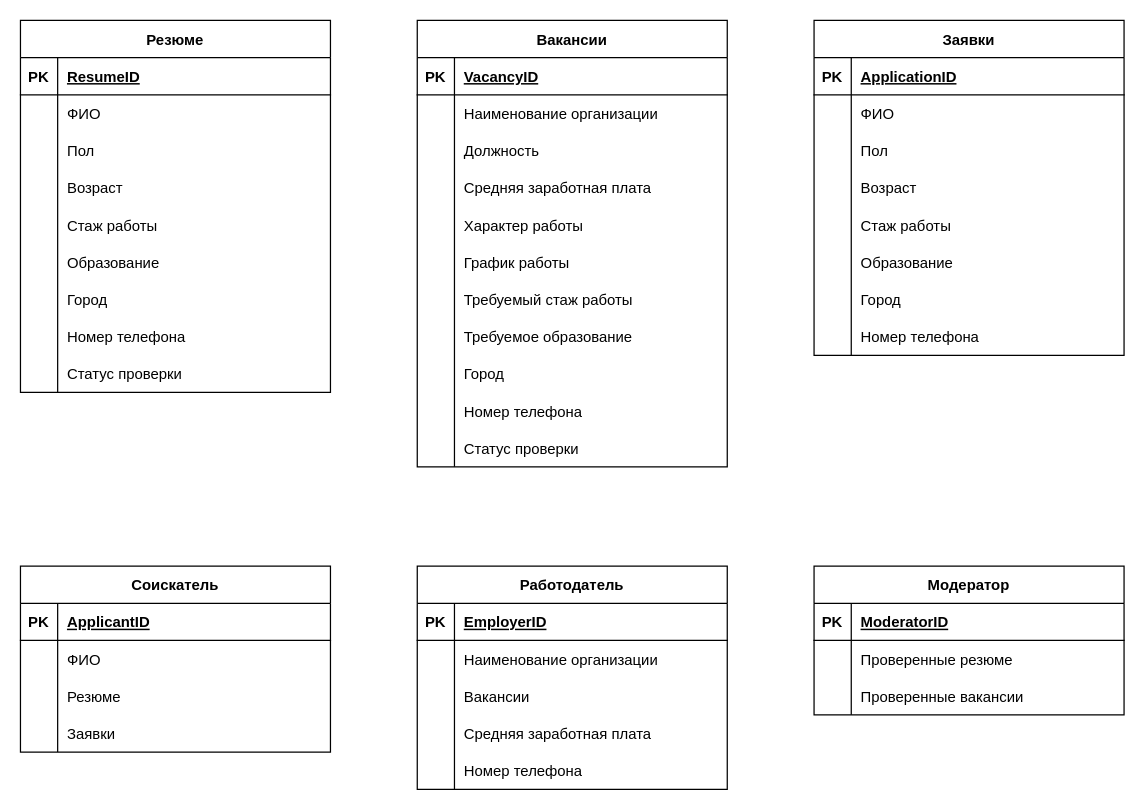
Above: Diagrams/Entity Relationship Diagram.drawio in FullOfDelirium/Employment-agency (draw.io), before the change. Source tidied: cells renumbered, new cells numbered last; positions are measured from the earlier drawing's top-left corner, leaving out a move shared by most shapes. Both pictures are drawn from the tidied source at 124%, with x=0, y=0 at pixel (20, 20).
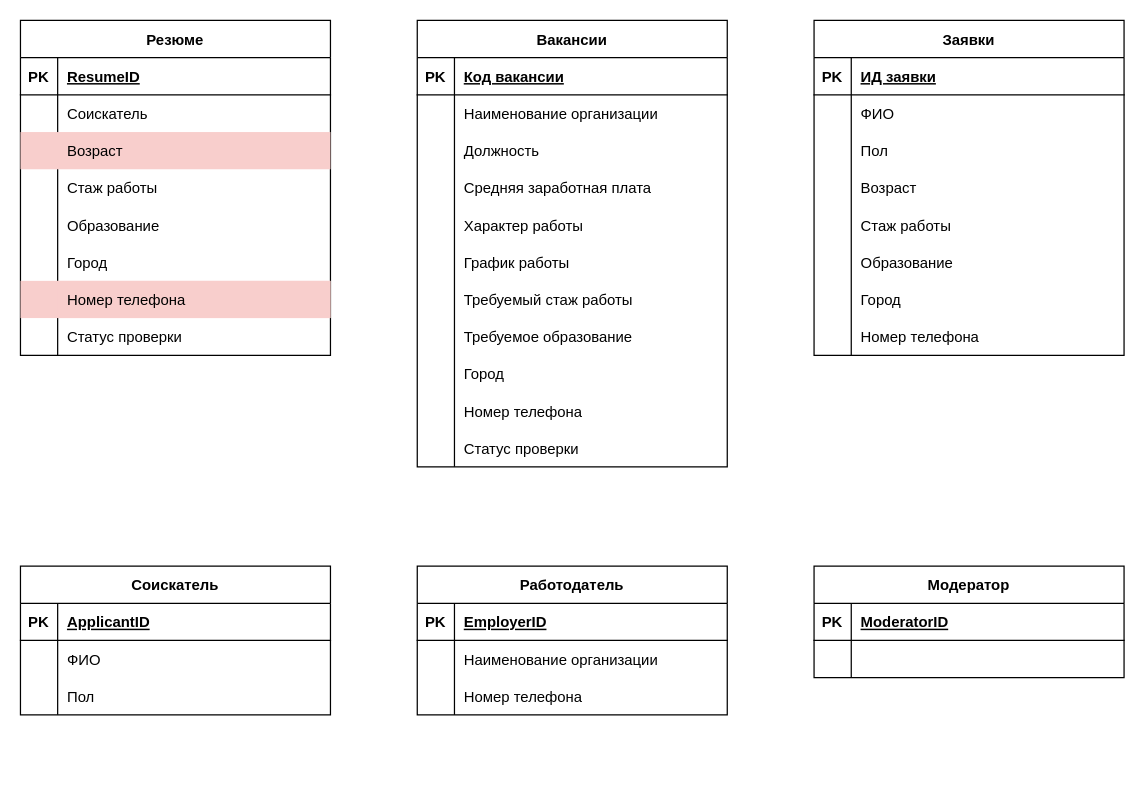
The same diagram, later.

The change refers to these unchanged cells:
```xml
<mxCell id="31" style="shape=partialRectangle;fillColor=none;top=0;left=0;right=0;bottom=1;" parent="30" vertex="1">
  <mxGeometry y="30" width="250" height="30" as="geometry" />
</mxCell>
<mxCell id="65" style="shape=partialRectangle;fillColor=none;top=0;left=0;right=0;bottom=1;" parent="64" vertex="1">
  <mxGeometry y="30" width="250" height="30" as="geometry" />
</mxCell>
```

The edit, as a diff of the source:
```diff
@@
     <mxCell id="2" value="Резюме" style="shape=table;startSize=30;childLayout=tableLayout;rowLines=0;fontStyle=1;align=center;" parent="1" vertex="1">
-      <mxGeometry width="250" height="300" as="geometry" />
+      <mxGeometry width="250" height="270" as="geometry" />
     </mxCell>
@@
-    <mxCell id="6" style="shape=partialRectangle;fillColor=none;top=0;left=0;right=0;bottom=0;" parent="2" vertex="1">
-      <mxGeometry y="60" width="250" height="30" as="geometry" />
-    </mxCell>
-    <mxCell id="7" style="shape=partialRectangle;overflow=hidden;fillColor=none;top=0;left=0;bottom=0;right=0;" parent="6" vertex="1">
-      <mxGeometry width="30" height="30" as="geometry" />
-    </mxCell>
-    <mxCell id="8" value="ФИО" style="shape=partialRectangle;overflow=hidden;fillColor=none;top=0;left=0;bottom=0;right=0;align=left;spacingLeft=6;" parent="6" vertex="1">
-      <mxGeometry x="30" width="220" height="30" as="geometry" />
-    </mxCell>
     <mxCell id="9" style="shape=partialRectangle;fillColor=none;top=0;left=0;right=0;bottom=0;" parent="2" vertex="1">
-      <mxGeometry y="90" width="250" height="30" as="geometry" />
+      <mxGeometry y="60" width="250" height="30" as="geometry" />
     </mxCell>
@@
-    <mxCell id="11" value="Пол" style="shape=partialRectangle;overflow=hidden;fillColor=none;top=0;left=0;bottom=0;right=0;align=left;spacingLeft=6;" parent="9" vertex="1">
+    <mxCell id="11" value="Соискатель" style="shape=partialRectangle;overflow=hidden;fillColor=none;top=0;left=0;bottom=0;right=0;align=left;spacingLeft=6;" parent="9" vertex="1">
       <mxGeometry x="30" width="220" height="30" as="geometry" />
     </mxCell>
-    <mxCell id="12" style="shape=partialRectangle;fillColor=none;top=0;left=0;right=0;bottom=0;" parent="2" vertex="1">
-      <mxGeometry y="120" width="250" height="30" as="geometry" />
+    <mxCell id="12" style="shape=partialRectangle;fillColor=#f8cecc;top=0;left=0;right=0;bottom=0;strokeColor=#b85450;" parent="2" vertex="1">
+      <mxGeometry y="90" width="250" height="30" as="geometry" />
     </mxCell>
@@
     <mxCell id="15" style="shape=partialRectangle;fillColor=none;top=0;left=0;right=0;bottom=0;" parent="2" vertex="1">
-      <mxGeometry y="150" width="250" height="30" as="geometry" />
+      <mxGeometry y="120" width="250" height="30" as="geometry" />
     </mxCell>
@@
     <mxCell id="18" style="shape=partialRectangle;fillColor=none;top=0;left=0;right=0;bottom=0;" parent="2" vertex="1">
-      <mxGeometry y="180" width="250" height="30" as="geometry" />
+      <mxGeometry y="150" width="250" height="30" as="geometry" />
     </mxCell>
@@
     <mxCell id="21" style="shape=partialRectangle;fillColor=none;top=0;left=0;right=0;bottom=0;" parent="2" vertex="1">
-      <mxGeometry y="210" width="250" height="30" as="geometry" />
+      <mxGeometry y="180" width="250" height="30" as="geometry" />
     </mxCell>
@@
-    <mxCell id="24" style="shape=partialRectangle;fillColor=none;top=0;left=0;right=0;bottom=0;" parent="2" vertex="1">
-      <mxGeometry y="240" width="250" height="30" as="geometry" />
+    <mxCell id="24" style="shape=partialRectangle;fillColor=#f8cecc;top=0;left=0;right=0;bottom=0;strokeColor=#b85450;" parent="2" vertex="1">
+      <mxGeometry y="210" width="250" height="30" as="geometry" />
     </mxCell>
@@
-    <mxCell id="26" value="Номер телефона" style="shape=partialRectangle;overflow=hidden;fillColor=none;top=0;left=0;bottom=0;right=0;align=left;spacingLeft=6;" parent="24" vertex="1">
+    <mxCell id="26" value="Номер телефона" style="shape=partialRectangle;overflow=hidden;fillColor=#f8cecc;top=0;left=0;bottom=0;right=0;align=left;spacingLeft=6;strokeColor=#b85450;" parent="24" vertex="1">
       <mxGeometry x="30" width="220" height="30" as="geometry" />
     </mxCell>
     <mxCell id="27" style="shape=partialRectangle;fillColor=none;top=0;left=0;right=0;bottom=0;" parent="2" vertex="1">
-      <mxGeometry y="270" width="250" height="30" as="geometry" />
+      <mxGeometry y="240" width="250" height="30" as="geometry" />
     </mxCell>
@@
-    <mxCell id="33" value="VacancyID" style="shape=partialRectangle;overflow=hidden;fillColor=none;top=0;left=0;bottom=0;right=0;align=left;spacingLeft=6;fontStyle=5;" parent="31" vertex="1">
+    <mxCell id="33" value="Код вакансии" style="shape=partialRectangle;overflow=hidden;fillColor=none;top=0;left=0;bottom=0;right=0;align=left;spacingLeft=6;fontStyle=5;" parent="31" vertex="1">
       <mxGeometry x="30" width="220" height="30" as="geometry" />
     </mxCell>
@@
-    <mxCell id="67" value="ApplicationID" style="shape=partialRectangle;overflow=hidden;fillColor=none;top=0;left=0;bottom=0;right=0;align=left;spacingLeft=6;fontStyle=5;" parent="65" vertex="1">
+    <mxCell id="67" value="ИД заявки" style="shape=partialRectangle;overflow=hidden;fillColor=none;top=0;left=0;bottom=0;right=0;align=left;spacingLeft=6;fontStyle=5;" parent="65" vertex="1">
       <mxGeometry x="30" width="220" height="30" as="geometry" />
     </mxCell>
@@
     <mxCell id="89" value="Соискатель" style="shape=table;startSize=30;childLayout=tableLayout;rowLines=0;fontStyle=1;align=center;" parent="1" vertex="1">
-      <mxGeometry y="440" width="250" height="150" as="geometry" />
+      <mxGeometry y="440" width="250" height="120" as="geometry" />
     </mxCell>
@@
-    <mxCell id="96" style="shape=partialRectangle;fillColor=none;top=0;left=0;right=0;bottom=0;" parent="89" vertex="1">
-      <mxGeometry y="90" width="250" height="30" as="geometry" />
-    </mxCell>
-    <mxCell id="97" style="shape=partialRectangle;overflow=hidden;fillColor=none;top=0;left=0;bottom=0;right=0;" parent="96" vertex="1">
-      <mxGeometry width="30" height="30" as="geometry" />
-    </mxCell>
-    <mxCell id="98" value="Резюме" style="shape=partialRectangle;overflow=hidden;fillColor=none;top=0;left=0;bottom=0;right=0;align=left;spacingLeft=6;" parent="96" vertex="1">
-      <mxGeometry x="30" width="220" height="30" as="geometry" />
-    </mxCell>
-    <mxCell id="99" style="shape=partialRectangle;fillColor=none;top=0;left=0;right=0;bottom=0;" parent="89" vertex="1">
-      <mxGeometry y="120" width="250" height="30" as="geometry" />
-    </mxCell>
-    <mxCell id="100" style="shape=partialRectangle;overflow=hidden;fillColor=none;top=0;left=0;bottom=0;right=0;" parent="99" vertex="1">
-      <mxGeometry width="30" height="30" as="geometry" />
-    </mxCell>
-    <mxCell id="101" value="Заявки" style="shape=partialRectangle;overflow=hidden;fillColor=none;top=0;left=0;bottom=0;right=0;align=left;spacingLeft=6;" parent="99" vertex="1">
-      <mxGeometry x="30" width="220" height="30" as="geometry" />
-    </mxCell>
+    <mxCell id="128" style="shape=partialRectangle;fillColor=none;top=0;left=0;right=0;bottom=0;" parent="89" vertex="1">
+      <mxGeometry y="90" width="250" height="30" as="geometry" />
+    </mxCell>
+    <mxCell id="129" style="shape=partialRectangle;overflow=hidden;fillColor=none;top=0;left=0;bottom=0;right=0;" parent="128" vertex="1">
+      <mxGeometry width="30" height="30" as="geometry" />
+    </mxCell>
+    <mxCell id="130" value="Пол" style="shape=partialRectangle;overflow=hidden;fillColor=none;top=0;left=0;bottom=0;right=0;align=left;spacingLeft=6;" parent="128" vertex="1">
+      <mxGeometry x="30" width="220" height="30" as="geometry" />
+    </mxCell>
     <mxCell id="102" value="Работодатель" style="shape=table;startSize=30;childLayout=tableLayout;rowLines=0;fontStyle=1;align=center;" parent="1" vertex="1">
-      <mxGeometry x="320" y="440" width="250" height="180" as="geometry" />
+      <mxGeometry x="320" y="440" width="250" height="120" as="geometry" />
     </mxCell>
@@
-    <mxCell id="109" style="shape=partialRectangle;fillColor=none;top=0;left=0;right=0;bottom=0;" parent="102" vertex="1">
-      <mxGeometry y="90" width="250" height="30" as="geometry" />
-    </mxCell>
-    <mxCell id="110" style="shape=partialRectangle;overflow=hidden;fillColor=none;top=0;left=0;bottom=0;right=0;" parent="109" vertex="1">
-      <mxGeometry width="30" height="30" as="geometry" />
-    </mxCell>
-    <mxCell id="111" value="Вакансии" style="shape=partialRectangle;overflow=hidden;fillColor=none;top=0;left=0;bottom=0;right=0;align=left;spacingLeft=6;" parent="109" vertex="1">
-      <mxGeometry x="30" width="220" height="30" as="geometry" />
-    </mxCell>
-    <mxCell id="112" style="shape=partialRectangle;fillColor=none;top=0;left=0;right=0;bottom=0;" parent="102" vertex="1">
-      <mxGeometry y="120" width="250" height="30" as="geometry" />
-    </mxCell>
-    <mxCell id="113" style="shape=partialRectangle;overflow=hidden;fillColor=none;top=0;left=0;bottom=0;right=0;" parent="112" vertex="1">
-      <mxGeometry width="30" height="30" as="geometry" />
-    </mxCell>
-    <mxCell id="114" value="Средняя заработная плата" style="shape=partialRectangle;overflow=hidden;fillColor=none;top=0;left=0;bottom=0;right=0;align=left;spacingLeft=6;" parent="112" vertex="1">
-      <mxGeometry x="30" width="220" height="30" as="geometry" />
-    </mxCell>
     <mxCell id="115" style="shape=partialRectangle;fillColor=none;top=0;left=0;right=0;bottom=0;" parent="102" vertex="1">
-      <mxGeometry y="150" width="250" height="30" as="geometry" />
+      <mxGeometry y="90" width="250" height="30" as="geometry" />
     </mxCell>
@@
     <mxCell id="118" value="Модератор" style="shape=table;startSize=30;childLayout=tableLayout;rowLines=0;fontStyle=1;align=center;" parent="1" vertex="1">
-      <mxGeometry x="640" y="440" width="250" height="120" as="geometry" />
+      <mxGeometry x="640" y="440" width="250" height="90" as="geometry" />
     </mxCell>
@@
-    <mxCell id="122" style="shape=partialRectangle;fillColor=none;top=0;left=0;right=0;bottom=0;" parent="118" vertex="1">
-      <mxGeometry y="60" width="250" height="30" as="geometry" />
-    </mxCell>
-    <mxCell id="123" style="shape=partialRectangle;overflow=hidden;fillColor=none;top=0;left=0;bottom=0;right=0;" parent="122" vertex="1">
-      <mxGeometry width="30" height="30" as="geometry" />
-    </mxCell>
-    <mxCell id="124" value="Проверенные резюме" style="shape=partialRectangle;overflow=hidden;fillColor=none;top=0;left=0;bottom=0;right=0;align=left;spacingLeft=6;" parent="122" vertex="1">
-      <mxGeometry x="30" width="220" height="30" as="geometry" />
-    </mxCell>
     <mxCell id="125" style="shape=partialRectangle;fillColor=none;top=0;left=0;right=0;bottom=0;" parent="118" vertex="1">
-      <mxGeometry y="90" width="250" height="30" as="geometry" />
+      <mxGeometry y="60" width="250" height="30" as="geometry" />
     </mxCell>
@@
-    <mxCell id="127" value="Проверенные вакансии" style="shape=partialRectangle;overflow=hidden;fillColor=none;top=0;left=0;bottom=0;right=0;align=left;spacingLeft=6;" parent="125" vertex="1">
+    <mxCell id="127" style="shape=partialRectangle;overflow=hidden;fillColor=none;top=0;left=0;bottom=0;right=0;align=left;spacingLeft=6;" parent="125" vertex="1">
       <mxGeometry x="30" width="220" height="30" as="geometry" />
     </mxCell>
```
